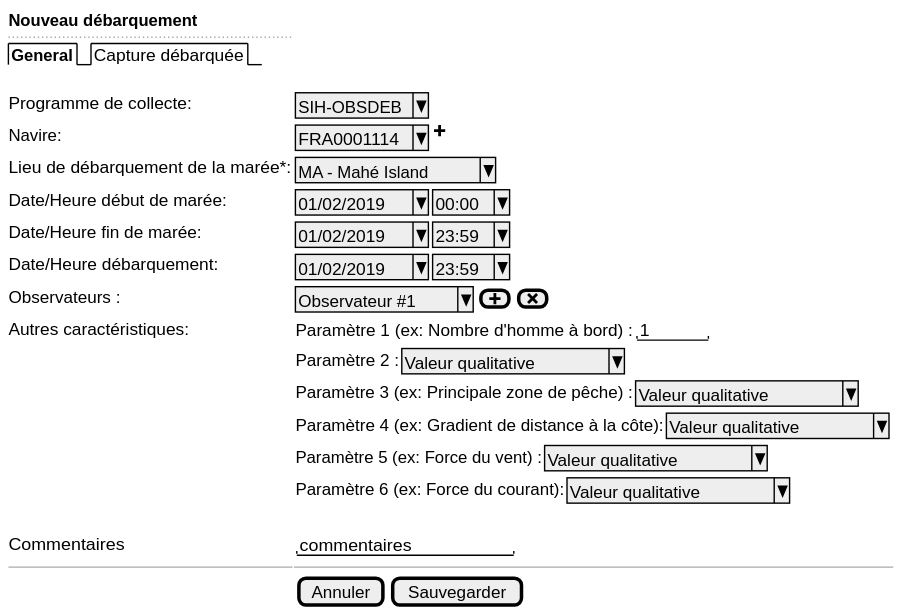
Above: use-case/collect/trip/landing-ui-var3a.svg in sumaris-net/sumaris-doc (PlantUML), before the change. Its source is kept beside it as use-case/collect/trip/landing-ui-var3a.puml. Its diagram source:
```plantuml
@startsalt
{
  <b>Nouveau débarquement
  ..
  {/ <b>General | Capture débarquée }
  .
  Programme de collecte:    | { ^SIH-OBSDEB^ }
  Navire:                   | { ^FRA0001114^ | <&plus> }
  Lieu de débarquement de la marée*:     | { ^MA - Mahé Island^ }
  Date/Heure début de marée:  | { ^01/02/2019^ | ^00:00^ }
  Date/Heure fin de marée:  | { ^01/02/2019^ | ^23:59^ }
  Date/Heure débarquement:  | { ^01/02/2019^ | ^23:59^ }
  Observateurs :            | { ^Observateur #1^ | [<&plus>] | [<&x>]}
  Autres caractéristiques:  | { Paramètre 1 (ex: Nombre d'homme à bord) : | "   1  " }
  .                         | { Paramètre 2 : | ^Valeur qualitative^ }
  .                         | { Paramètre 3 (ex: Principale zone de pêche) : | ^Valeur qualitative^ }
  .                         | { Paramètre 4 (ex: Gradient de distance à la côte): | ^Valeur qualitative^ }
  .                         | { Paramètre 5 (ex: Force du vent) : | ^Valeur qualitative^ }
  .                         | { Paramètre 6 (ex: Force du courant): | ^Valeur qualitative^ }
  .
  Commentaires              | { "commentaires       "}

  -- | --

  .                          | {[Annuler] | [Sauvegarder]}
}
@endsalt
```
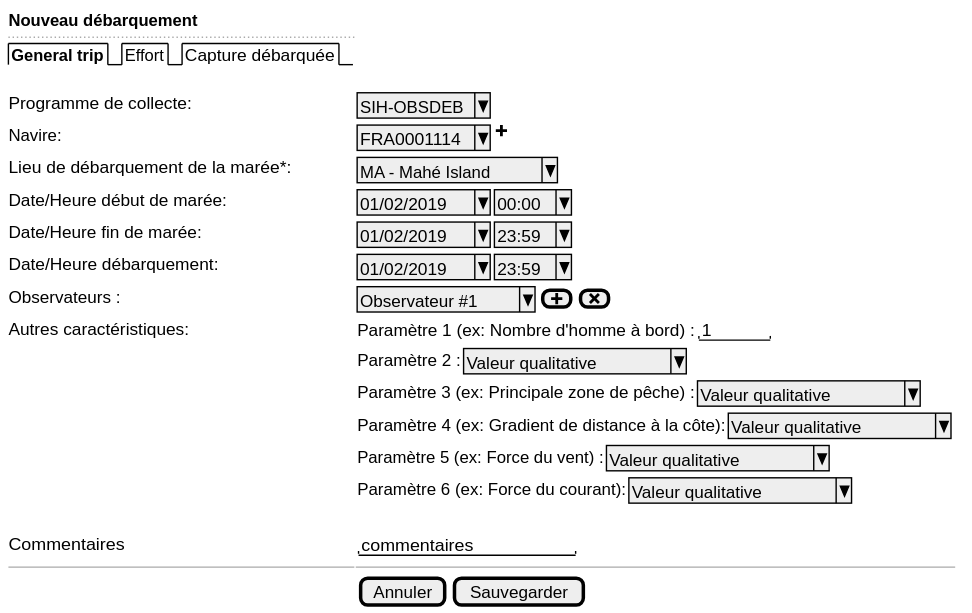
After the commit.

Diff of the diagram source:
```diff
@@ -2,7 +2,7 @@
 {
   <b>Nouveau débarquement
   ..
-  {/ <b>General | Capture débarquée }
+  {/ <b>General trip | Effort | Capture débarquée }
   .
   Programme de collecte:    | { ^SIH-OBSDEB^ }
   Navire:                   | { ^FRA0001114^ | <&plus> }
```
